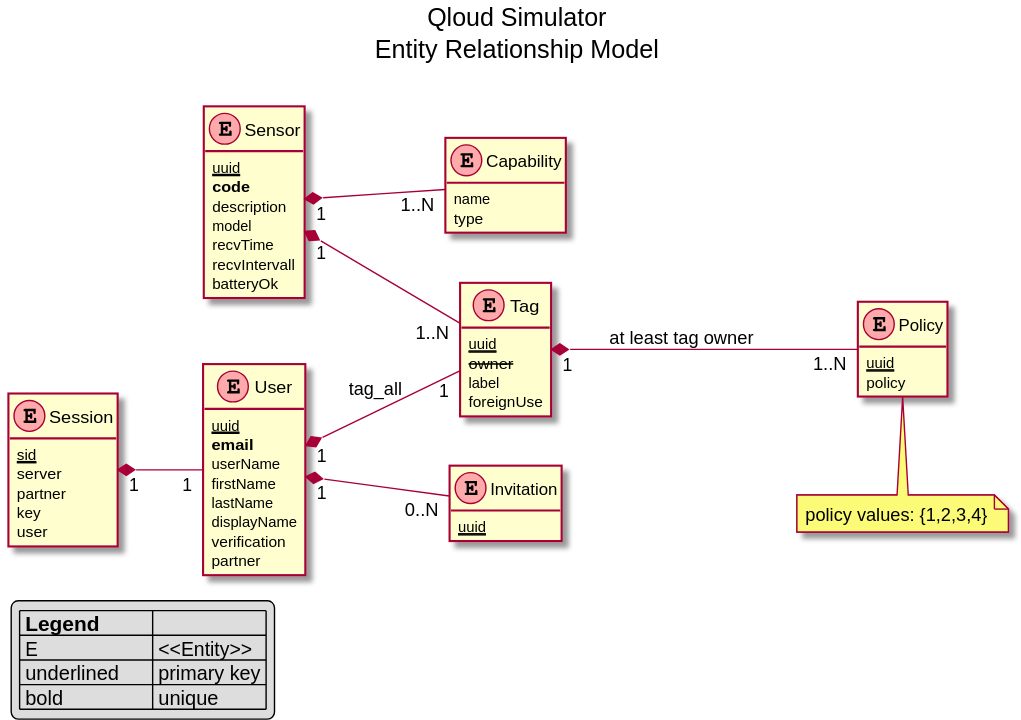
Earlier version of the PlantUML export uml/erm.svg (ges0909/qloud-sim). Its source is kept beside it as uml/erm.plantuml.
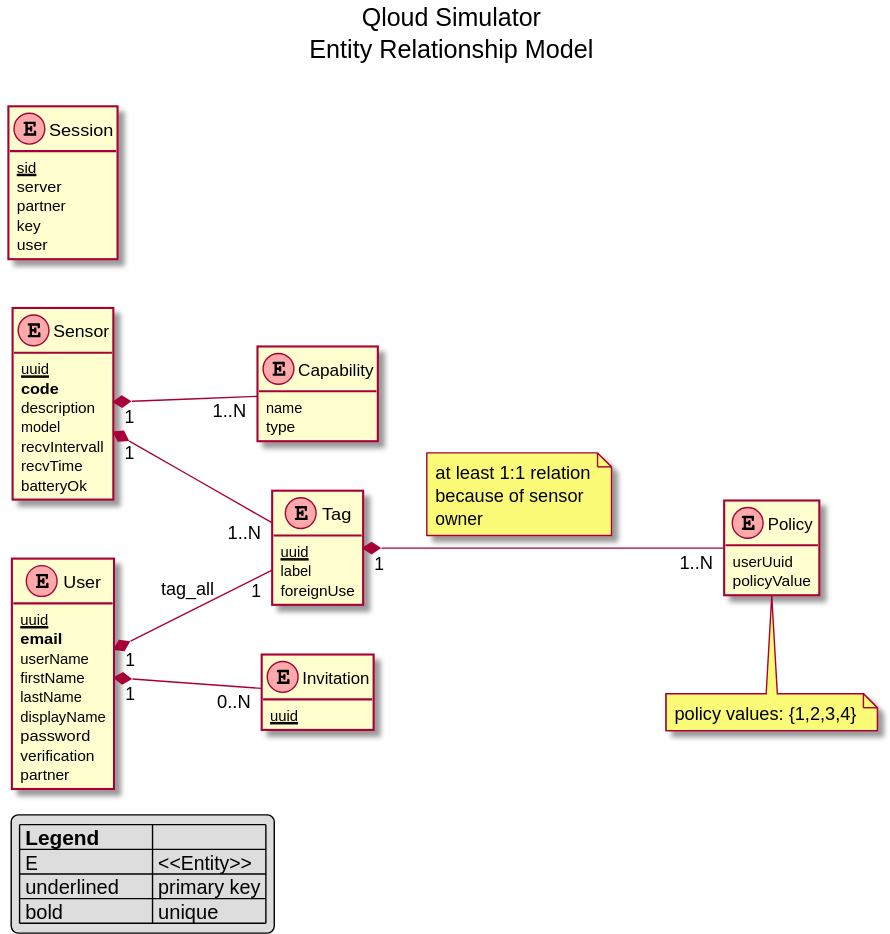
Above is the later version.

Commit message:
impl. aligned with erm data model

Diff of the diagram source:
```diff
@@ -1,4 +1,5 @@
 @startuml
+
 
 !define entity(x) class x << (E,#FFAAAA) >>
 !define PK(x) <u>x</u>
@@ -13,15 +14,6 @@
 
 left to right direction
 
-entity(Sensor)  {
-  PK(uuid)
-  unique(code)
-  description
-  model
-  recvTime
-  recvIntervall
-  batteryOk
-}
 
 entity(Session) {
   PK(sid)
@@ -31,6 +23,16 @@
   user
 }
 
+entity(Sensor)  {
+  PK(uuid)
+  unique(code)
+  description
+  model
+  recvIntervall
+  recvTime
+  batteryOk
+}
+
 entity(User) {
   PK(uuid)
   unique(email)
@@ -38,13 +40,13 @@
   firstName
   lastName
   displayName
+  password
   verification
   partner
 }
 
 entity(Tag) {
   PK(uuid)
-  deprecated(owner)
   label
   foreignUse
 
@@ -60,17 +62,22 @@
 }
 
 entity(Policy) {
-  PK(uuid)
-  policy
+  userUuid
+  policyValue
 }
 note bottom: policy values: {1,2,3,4}
 
-Session "1" *-- "1" User
+
 User "1" *-- "0..N" Invitation
 User "1" *-- "1" Tag : tag_all
 Sensor "1" *-- "1..N" Capability
 Sensor "1" *-- "1..N" Tag
-Tag "1" *-- "1..N" Policy : at least tag owner
+Tag "1" *-- "1..N" Policy
+note top on link
+  at least 1:1 relation
+  because of sensor
+  owner
+end note
 
 
 legend left
```
